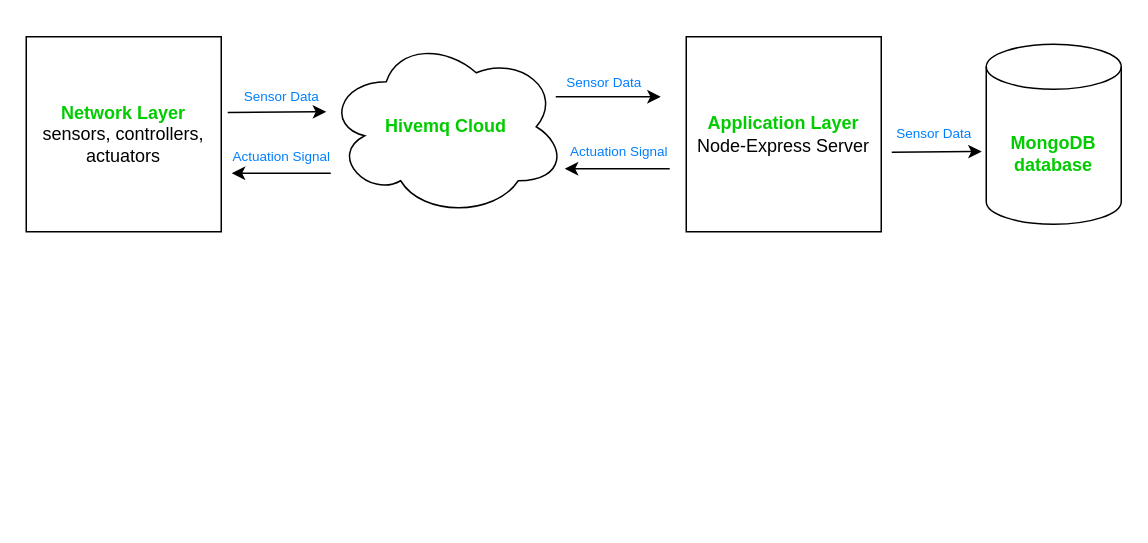
Before: Untitled Diagram.drawio in amarakamara/waterwatch, a draw.io diagram. Source tidied: cells renumbered, new cells numbered last; positions are measured from the earlier drawing's top-left corner, leaving out a move shared by most shapes. Both pictures are drawn from the tidied source at 150%, with x=0, y=0 at pixel (26, 36).
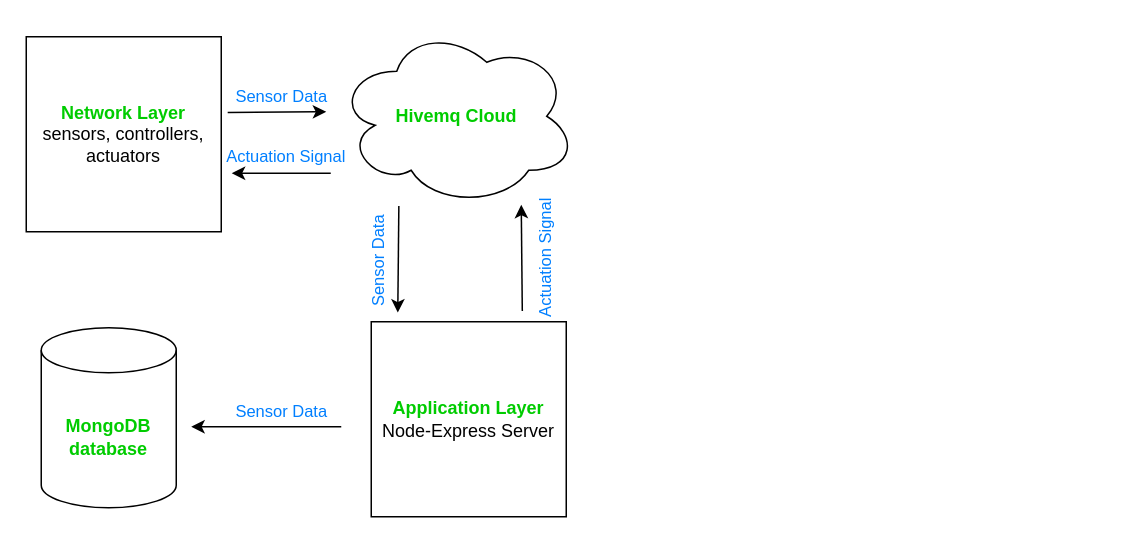
The same page after the edit.

What changed in the source:
```diff
@@
     <mxCell id="3" value="&lt;b&gt;&lt;font color=&quot;#00cc00&quot;&gt;MongoDB database&lt;/font&gt;&lt;/b&gt;" style="shape=cylinder3;whiteSpace=wrap;html=1;boundedLbl=1;backgroundOutline=1;size=15;" parent="1" vertex="1">
-      <mxGeometry x="640" y="5" width="90" height="120" as="geometry" />
+      <mxGeometry x="10" y="194" width="90" height="120" as="geometry" />
     </mxCell>
     <mxCell id="4" value="&lt;b&gt;&lt;font color=&quot;#00cc00&quot;&gt;Application Layer&lt;/font&gt;&lt;/b&gt;&lt;div&gt;Node-Express Server&lt;/div&gt;" style="whiteSpace=wrap;html=1;" parent="1" vertex="1">
-      <mxGeometry x="440" width="130" height="130" as="geometry" />
+      <mxGeometry x="230" y="190" width="130" height="130" as="geometry" />
     </mxCell>
     <mxCell id="5" value="&lt;b&gt;&lt;font color=&quot;#00cc00&quot;&gt;Hivemq Cloud&lt;/font&gt;&lt;/b&gt;" style="ellipse;shape=cloud;whiteSpace=wrap;html=1;" parent="1" vertex="1">
-      <mxGeometry x="200" width="160" height="120" as="geometry" />
+      <mxGeometry x="207" y="-7" width="160" height="120" as="geometry" />
     </mxCell>
@@
-    <mxCell id="7" value="&lt;font style=&quot;font-size: 9px;&quot;&gt;Sensor Data&lt;/font&gt;" style="text;html=1;align=center;verticalAlign=middle;strokeColor=none;fillColor=none;fontSize=9;fontColor=#007FFF;" parent="1" vertex="1">
-      <mxGeometry x="135" y="30" width="70" height="20" as="geometry" />
+    <mxCell id="7" value="&lt;font style=&quot;font-size: 11px;&quot;&gt;Sensor Data&lt;/font&gt;" style="text;html=1;align=center;verticalAlign=middle;strokeColor=none;fillColor=none;fontSize=11;fontColor=#007FFF;" parent="1" vertex="1">
+      <mxGeometry x="130" y="25" width="80" height="30" as="geometry" />
     </mxCell>
@@
-    <mxCell id="9" value="Actuation Signal" style="text;html=1;align=center;verticalAlign=middle;strokeColor=none;fillColor=none;fontSize=9;fontColor=#007FFF;" parent="1" vertex="1">
-      <mxGeometry x="125" y="70" width="90" height="20" as="geometry" />
+    <mxCell id="9" value="Actuation Signal" style="text;html=1;align=center;verticalAlign=middle;strokeColor=none;fillColor=none;fontSize=11;fontColor=#007FFF;" parent="1" vertex="1">
+      <mxGeometry x="123" y="65" width="100" height="30" as="geometry" />
     </mxCell>
-    <mxCell id="10" value="&lt;font style=&quot;font-size: 9px;&quot;&gt;Sensor Data&lt;/font&gt;" style="text;html=1;align=center;verticalAlign=middle;strokeColor=none;fillColor=none;fontSize=9;fontColor=#007FFF;" parent="1" vertex="1">
-      <mxGeometry x="350" y="21" width="70" height="20" as="geometry" />
+    <mxCell id="10" value="&lt;font style=&quot;font-size: 11px;&quot;&gt;Sensor Data&lt;/font&gt;" style="text;html=1;align=center;verticalAlign=middle;strokeColor=none;fillColor=none;fontSize=11;fontColor=#007FFF;rotation=-90;" parent="1" vertex="1">
+      <mxGeometry x="195" y="135" width="80" height="30" as="geometry" />
     </mxCell>
-    <mxCell id="11" style="endArrow=classic;html=1;rounded=0;" parent="1" edge="1">
+    <mxCell id="11" style="endArrow=classic;html=1;rounded=0;exitX=0.987;exitY=1.172;exitDx=0;exitDy=0;exitPerimeter=0;entryX=0.136;entryY=-0.024;entryDx=0;entryDy=0;entryPerimeter=0;" parent="1" edge="1">
       <mxGeometry relative="1" as="geometry">
-        <mxPoint x="353" y="40" as="sourcePoint" />
-        <mxPoint x="423" y="40" as="targetPoint" />
+        <mxPoint x="248.4" y="112.9" as="sourcePoint" />
+        <mxPoint x="247.7" y="183.9" as="targetPoint" />
       </mxGeometry>
     </mxCell>
-    <mxCell id="12" value="Actuation Signal" style="text;html=1;align=center;verticalAlign=middle;strokeColor=none;fillColor=none;fontSize=9;fontColor=#007FFF;" parent="1" vertex="1">
-      <mxGeometry x="350" y="67" width="90" height="20" as="geometry" />
+    <mxCell id="12" value="Actuation Signal" style="text;html=1;align=center;verticalAlign=middle;strokeColor=none;fillColor=none;fontSize=11;fontColor=#007FFF;rotation=-90;" parent="1" vertex="1">
+      <mxGeometry x="296" y="133" width="100" height="30" as="geometry" />
     </mxCell>
-    <mxCell id="13" style="endArrow=classic;html=1;rounded=0;" parent="1" edge="1">
-      <mxGeometry relative="1" as="geometry">
-        <mxPoint x="429" y="88" as="sourcePoint" />
-        <mxPoint x="359" y="88" as="targetPoint" />
-      </mxGeometry>
-    </mxCell>
-    <mxCell id="14" value="&lt;font style=&quot;font-size: 9px;&quot;&gt;Sensor Data&lt;/font&gt;" style="text;html=1;align=center;verticalAlign=middle;strokeColor=none;fillColor=none;fontSize=9;fontColor=#007FFF;" parent="1" vertex="1">
-      <mxGeometry x="570" y="55" width="70" height="20" as="geometry" />
+    <mxCell id="14" value="&lt;font style=&quot;font-size: 11px;&quot;&gt;Sensor Data&lt;/font&gt;" style="text;html=1;align=center;verticalAlign=middle;strokeColor=none;fillColor=none;fontSize=11;fontColor=#007FFF;" parent="1" vertex="1">
+      <mxGeometry x="130" y="235" width="80" height="30" as="geometry" />
     </mxCell>
     <mxCell id="15" style="endArrow=classic;html=1;rounded=0;" parent="1" edge="1">
       <mxGeometry relative="1" as="geometry">
-        <mxPoint x="577" y="77" as="sourcePoint" />
-        <mxPoint x="637" y="76.5" as="targetPoint" />
+        <mxPoint x="210" y="260" as="sourcePoint" />
+        <mxPoint x="110" y="260" as="targetPoint" />
       </mxGeometry>
     </mxCell>
+    <mxCell id="16" style="endArrow=classic;html=1;rounded=0;entryX=0.136;entryY=-0.024;entryDx=0;entryDy=0;entryPerimeter=0;" parent="1" edge="1">
+      <mxGeometry relative="1" as="geometry">
+        <mxPoint x="330.7" y="182.9" as="sourcePoint" />
+        <mxPoint x="330" y="112" as="targetPoint" />
+      </mxGeometry>
+    </mxCell>
```
